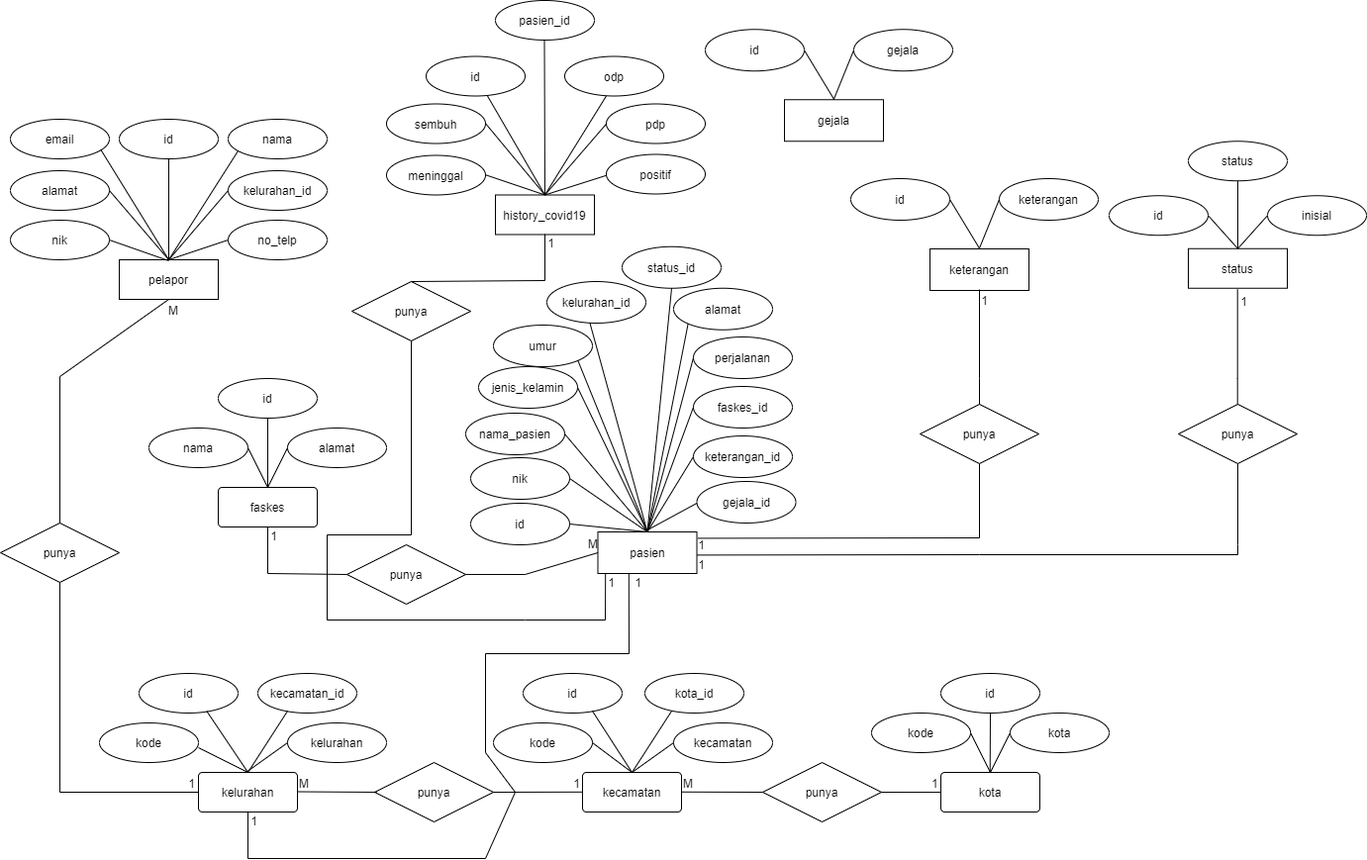
Before: ERD Covid-19.png, a diagram exported from draw.io (axxpxmd/flowchart). Source tidied: cells renumbered, new cells last; positions are measured from the earlier drawing's top-left corner, leaving out a move shared by most shapes.
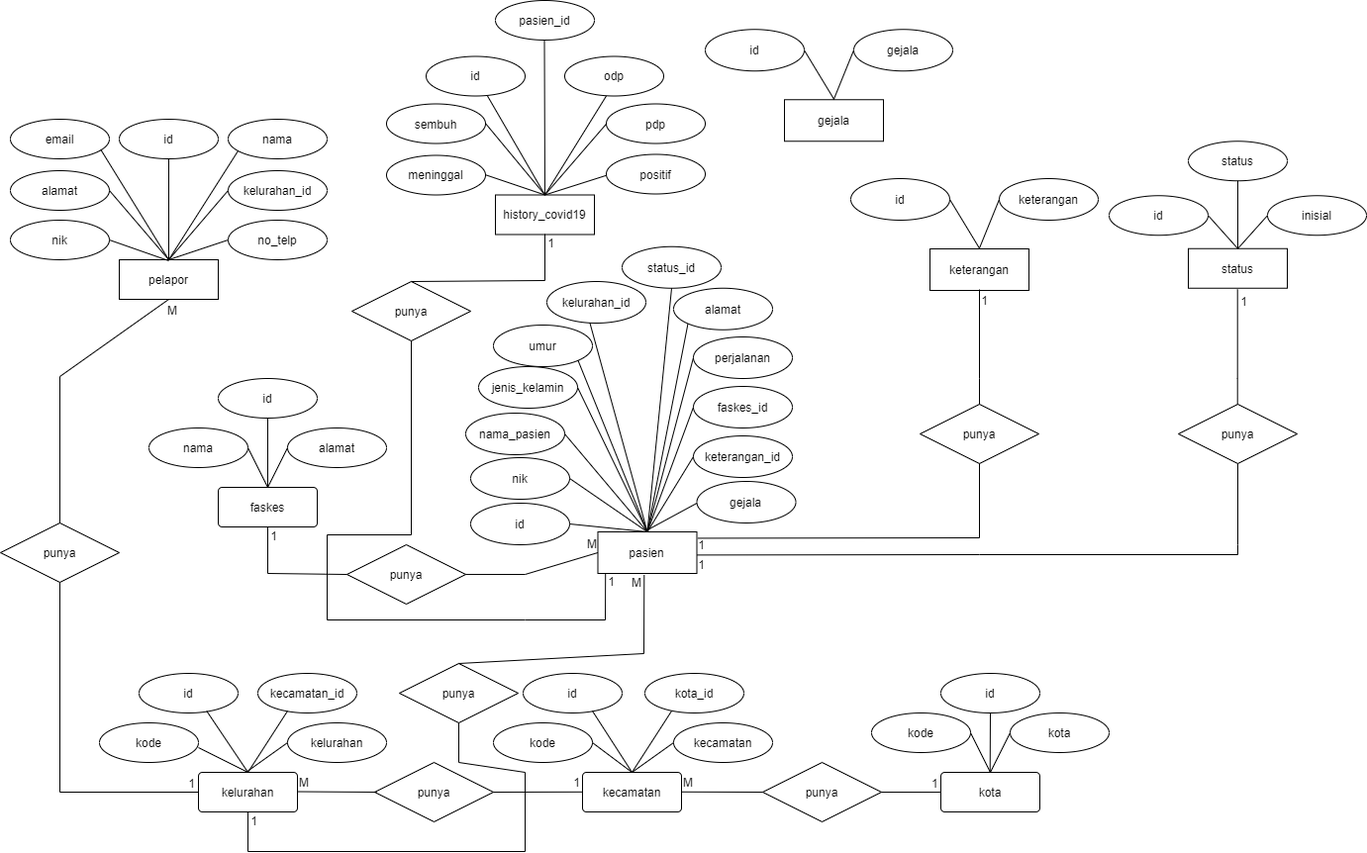
After the commit.

The edit, as a diff of the source:
```diff
@@ -510,25 +510,7 @@
         <mxPoint x="10" y="17" as="offset" />
       </mxGeometry>
     </mxCell>
-    <mxCell id="133" style="endArrow=none;html=1;rounded=0;exitX=0.313;exitY=1.014;exitDx=0;exitDy=0;entryX=0.5;entryY=1;entryDx=0;entryDy=0;exitPerimeter=0;" parent="1" edge="1" source="19">
-      <mxGeometry relative="1" as="geometry">
-        <mxPoint x="250" y="820" as="targetPoint" />
-        <Array as="points">
-          <mxPoint x="635" y="660" />
-          <mxPoint x="490" y="660" />
-          <mxPoint x="490" y="760" />
-          <mxPoint x="520" y="800" />
-          <mxPoint x="490" y="867" />
-          <mxPoint x="250" y="867" />
-        </Array>
-      </mxGeometry>
-    </mxCell>
-    <mxCell id="134" value="1" style="html=1;align=right;verticalAlign=bottom;" parent="133" vertex="1">
-      <mxGeometry x="1" relative="1" as="geometry">
-        <mxPoint x="10" y="18" as="offset" />
-      </mxGeometry>
-    </mxCell>
-    <mxCell id="135" value="1" style="html=1;align=right;verticalAlign=bottom;" parent="1" vertex="1">
+    <mxCell id="135" value="M" style="html=1;align=right;verticalAlign=bottom;" parent="1" vertex="1">
       <mxGeometry x="638" y="579" as="geometry">
         <mxPoint x="10" y="18" as="offset" />
       </mxGeometry>
@@ -561,7 +543,7 @@
         <mxPoint x="10.3" y="21.1" as="offset" />
       </mxGeometry>
     </mxCell>
-    <mxCell id="140" value="gejala_id" style="ellipse;whiteSpace=wrap;html=1;align=center;verticalAlign=middle;" parent="1" vertex="1">
+    <mxCell id="140" value="gejala" style="ellipse;whiteSpace=wrap;html=1;align=center;verticalAlign=middle;" parent="1" vertex="1">
       <mxGeometry x="703.5" y="486" width="100" height="42" as="geometry" />
     </mxCell>
     <mxCell id="141" style="endArrow=none;html=1;rounded=0;exitX=0.502;exitY=-0.048;exitDx=0;exitDy=0;verticalAlign=middle;entryX=0.5;entryY=0;entryDx=0;entryDy=0;exitPerimeter=0;" parent="1" edge="1" source="19">
@@ -588,5 +570,28 @@
         <mxPoint x="841.7" y="99.2" as="targetPoint" />
       </mxGeometry>
     </mxCell>
+    <mxCell id="147" value="punya" style="shape=rhombus;perimeter=rhombusPerimeter;whiteSpace=wrap;html=1;align=center;" parent="1" vertex="1">
+      <mxGeometry x="403" y="670" width="120" height="60" as="geometry" />
+    </mxCell>
+    <mxCell id="148" style="endArrow=none;html=1;rounded=0;exitX=0.468;exitY=1.037;exitDx=0;exitDy=0;exitPerimeter=0;entryX=0.5;entryY=0;entryDx=0;entryDy=0;" parent="1" edge="1" source="19" target="147">
+      <mxGeometry relative="1" as="geometry">
+        <Array as="points">
+          <mxPoint x="650" y="660" />
+        </Array>
+      </mxGeometry>
+    </mxCell>
+    <mxCell id="149" style="endArrow=none;html=1;rounded=0;exitX=0.5;exitY=1;exitDx=0;exitDy=0;entryX=0.5;entryY=1;entryDx=0;entryDy=0;" parent="1" edge="1" source="38" target="147">
+      <mxGeometry relative="1" as="geometry">
+        <Array as="points">
+          <mxPoint x="250" y="860" />
+          <mxPoint x="530" y="860" />
+          <mxPoint x="530" y="780" />
+          <mxPoint x="463" y="770" />
+        </Array>
+      </mxGeometry>
+    </mxCell>
+    <mxCell id="134" value="1" style="text;html=1;align=center;verticalAlign=middle;" parent="1" vertex="1">
+      <mxGeometry x="246" y="819" width="20" height="20" as="geometry" />
+    </mxCell>
   </root>
 </mxGraphModel>
```
